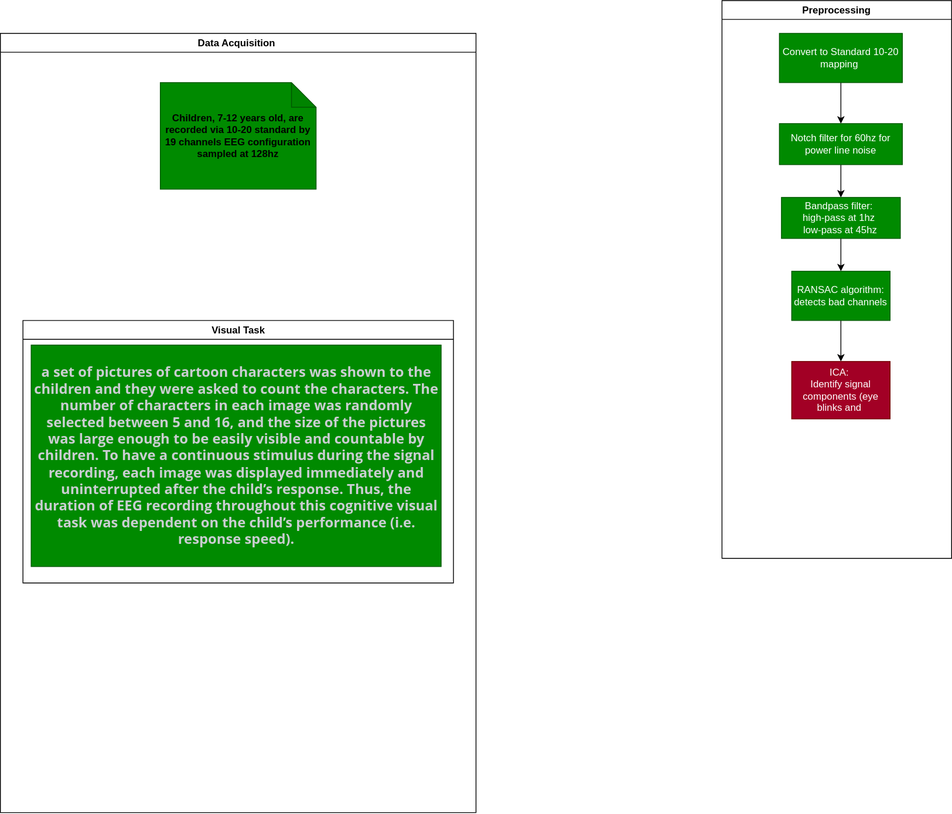
Before: docs/Diagram.drawio.svg, a diagram exported from draw.io (zombieboy0900/EEG-Analysis). Source tidied: cells renumbered, new cells last; positions are measured from the earlier drawing's top-left corner, leaving out a move shared by most shapes.
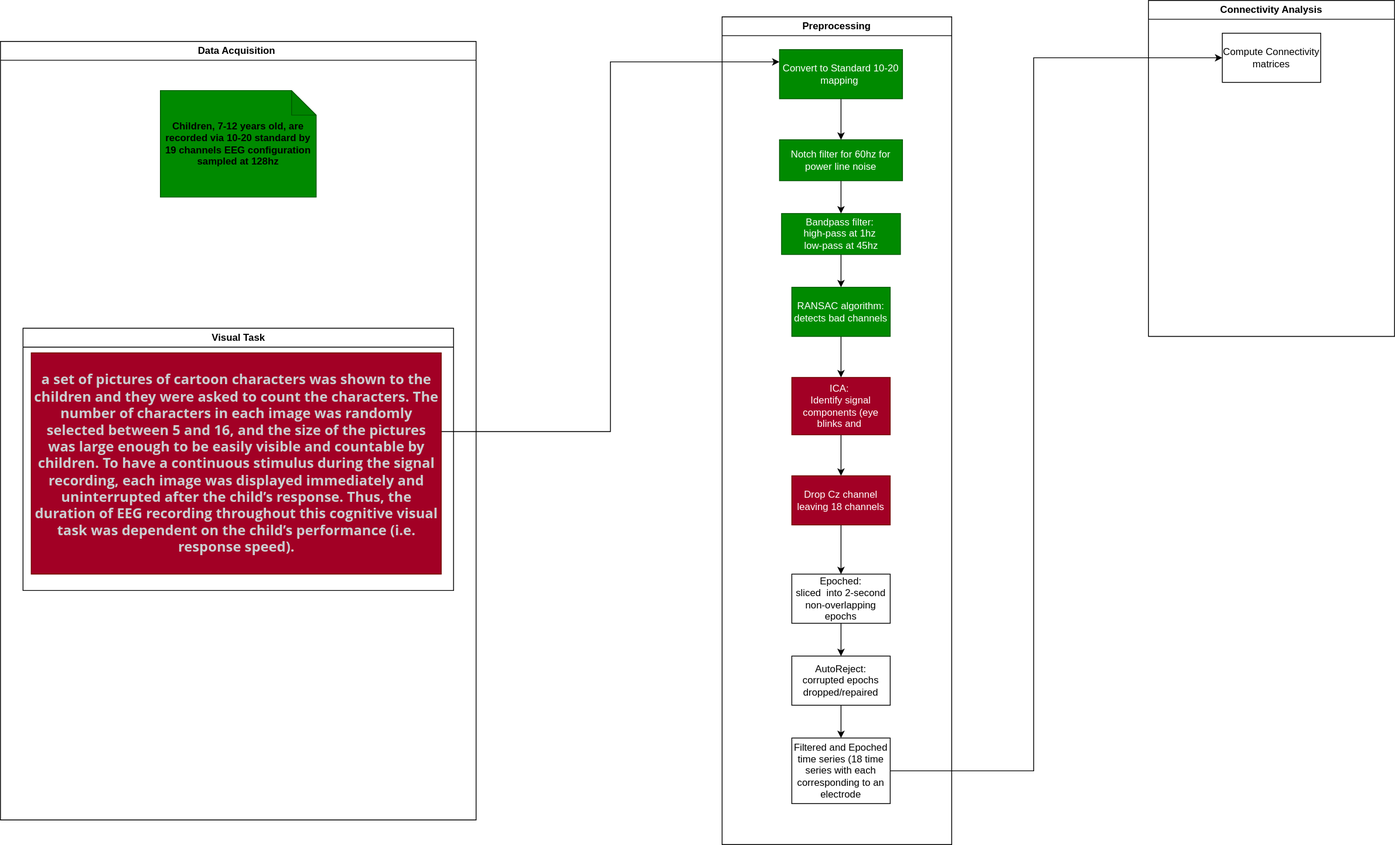
Later version of the same file.

The edit, as a diff of the source:
```diff
@@ -3,7 +3,7 @@
     <mxCell id="0" />
     <mxCell id="1" parent="0" />
     <mxCell id="2" value="Preprocessing" style="swimlane;whiteSpace=wrap;html=1;" parent="1" vertex="1">
-      <mxGeometry x="880" width="280" height="680" as="geometry" />
+      <mxGeometry x="880" y="10" width="280" height="1010" as="geometry" />
     </mxCell>
     <mxCell id="3" style="edgeStyle=orthogonalEdgeStyle;rounded=0;jettySize=auto;html=1;" parent="2" edge="1" source="4" target="6">
       <mxGeometry relative="1" as="geometry" />
@@ -29,9 +29,36 @@
     <mxCell id="10" value="RANSAC algorithm:&lt;div&gt;detects bad channels&lt;/div&gt;" style="whiteSpace=wrap;html=1;fillColor=#008a00;fontColor=#ffffff;strokeColor=#005700;" parent="2" vertex="1">
       <mxGeometry x="85" y="330" width="120" height="60" as="geometry" />
     </mxCell>
+    <mxCell id="16" style="edgeStyle=orthogonalEdgeStyle;rounded=0;jettySize=auto;html=1;entryX=0.5;entryY=0;entryDx=0;entryDy=0;" parent="2" edge="1" source="11" target="18">
+      <mxGeometry relative="1" as="geometry" />
+    </mxCell>
     <mxCell id="11" value="ICA:&amp;nbsp;&lt;div&gt;Identify signal components (eye blinks and&amp;nbsp;&lt;/div&gt;" style="whiteSpace=wrap;html=1;fillColor=#a20025;fontColor=#ffffff;strokeColor=#6F0000;" parent="2" vertex="1">
       <mxGeometry x="85" y="440" width="120" height="70" as="geometry" />
     </mxCell>
+    <mxCell id="17" style="edgeStyle=orthogonalEdgeStyle;rounded=0;jettySize=auto;html=1;" parent="2" edge="1" source="18" target="20">
+      <mxGeometry relative="1" as="geometry" />
+    </mxCell>
+    <mxCell id="18" value="Drop Cz channel leaving 18 channels" style="rounded=0;whiteSpace=wrap;html=1;fillColor=#a20025;fontColor=#ffffff;strokeColor=#6F0000;" parent="2" vertex="1">
+      <mxGeometry x="85" y="560" width="120" height="60" as="geometry" />
+    </mxCell>
+    <mxCell id="19" style="edgeStyle=orthogonalEdgeStyle;rounded=0;jettySize=auto;html=1;" parent="2" edge="1" source="20" target="22">
+      <mxGeometry relative="1" as="geometry" />
+    </mxCell>
+    <mxCell id="20" value="Epoched:&lt;div&gt;sliced&amp;nbsp; into 2-second non-overlapping epochs&lt;/div&gt;" style="rounded=0;whiteSpace=wrap;html=1;" parent="2" vertex="1">
+      <mxGeometry x="85" y="680" width="120" height="60" as="geometry" />
+    </mxCell>
+    <mxCell id="21" style="edgeStyle=orthogonalEdgeStyle;rounded=0;jettySize=auto;html=1;" parent="2" edge="1" source="22" target="23">
+      <mxGeometry relative="1" as="geometry" />
+    </mxCell>
+    <mxCell id="22" value="AutoReject:&lt;div&gt;corrupted epochs dropped/repaired&lt;/div&gt;" style="whiteSpace=wrap;html=1;" parent="2" vertex="1">
+      <mxGeometry x="85" y="780" width="120" height="60" as="geometry" />
+    </mxCell>
+    <mxCell id="23" value="Filtered and Epoched time series (18 time series with each corresponding to an electrode" style="rounded=0;whiteSpace=wrap;html=1;" parent="2" vertex="1">
+      <mxGeometry x="85" y="880" width="120" height="80" as="geometry" />
+    </mxCell>
+    <mxCell id="24" style="edgeStyle=orthogonalEdgeStyle;rounded=0;jettySize=auto;html=1;entryX=0;entryY=0.25;entryDx=0;entryDy=0;exitX=0.999;exitY=0.356;exitDx=0;exitDy=0;exitPerimeter=0;" parent="1" edge="1" source="15" target="4">
+      <mxGeometry relative="1" as="geometry" />
+    </mxCell>
     <mxCell id="12" value="Data Acquisition&amp;nbsp;" style="swimlane;whiteSpace=wrap;html=1;" parent="1" vertex="1">
       <mxGeometry y="40" width="580" height="950" as="geometry" />
     </mxCell>
@@ -41,8 +68,22 @@
     <mxCell id="14" value="Visual Task" style="swimlane;whiteSpace=wrap;html=1;" parent="12" vertex="1">
       <mxGeometry x="27.5" y="350" width="525" height="320" as="geometry" />
     </mxCell>
-    <mxCell id="15" value="&lt;span style=&quot;font-family: &amp;quot;Open Sans&amp;quot;, sans-serif; text-align: start;&quot;&gt;&lt;font style=&quot;color: light-dark(rgb(202, 206, 209), rgb(0, 0, 0)); font-size: 17px;&quot;&gt;&lt;b&gt;a set of pictures of cartoon characters was shown to the children and they were asked to count the characters. The number of characters in each image was randomly selected between 5 and 16, and the size of the pictures was large enough to be easily visible and countable by children. To have a continuous stimulus during the signal recording, each image was displayed immediately and uninterrupted after the child’s response. Thus, the duration of EEG recording throughout this cognitive visual task was dependent on the child’s performance (i.e. response speed).&lt;/b&gt;&lt;/font&gt;&lt;/span&gt;" style="text;html=1;whiteSpace=wrap;strokeColor=#005700;fillColor=#008a00;align=center;verticalAlign=middle;rounded=0;fontColor=#ffffff;" parent="14" vertex="1">
+    <mxCell id="15" value="&lt;span style=&quot;font-family: &amp;quot;Open Sans&amp;quot;, sans-serif; text-align: start;&quot;&gt;&lt;font style=&quot;color: light-dark(rgb(202, 206, 209), rgb(0, 0, 0)); font-size: 17px;&quot;&gt;&lt;b&gt;a set of pictures of cartoon characters was shown to the children and they were asked to count the characters. The number of characters in each image was randomly selected between 5 and 16, and the size of the pictures was large enough to be easily visible and countable by children. To have a continuous stimulus during the signal recording, each image was displayed immediately and uninterrupted after the child’s response. Thus, the duration of EEG recording throughout this cognitive visual task was dependent on the child’s performance (i.e. response speed).&lt;/b&gt;&lt;/font&gt;&lt;/span&gt;" style="text;html=1;whiteSpace=wrap;strokeColor=#6F0000;fillColor=#a20025;align=center;verticalAlign=middle;rounded=0;fontColor=#ffffff;" parent="14" vertex="1">
       <mxGeometry x="10" y="30" width="500" height="270" as="geometry" />
     </mxCell>
+    <mxCell id="25" value="Connectivity Analysis" style="swimlane;whiteSpace=wrap;html=1;" parent="1" vertex="1">
+      <mxGeometry x="1400" y="-10" width="300" height="410" as="geometry" />
+    </mxCell>
+    <mxCell id="26" value="Compute Connectivity matrices" style="whiteSpace=wrap;html=1;" parent="25" vertex="1">
+      <mxGeometry x="90" y="40" width="120" height="60" as="geometry" />
+    </mxCell>
+    <mxCell id="27" style="edgeStyle=orthogonalEdgeStyle;rounded=0;jettySize=auto;html=1;entryX=0;entryY=0.5;entryDx=0;entryDy=0;" parent="1" edge="1" source="23" target="26">
+      <mxGeometry relative="1" as="geometry">
+        <Array as="points">
+          <mxPoint x="1260" y="930" />
+          <mxPoint x="1260" y="60" />
+        </Array>
+      </mxGeometry>
+    </mxCell>
   </root>
 </mxGraphModel>
```
